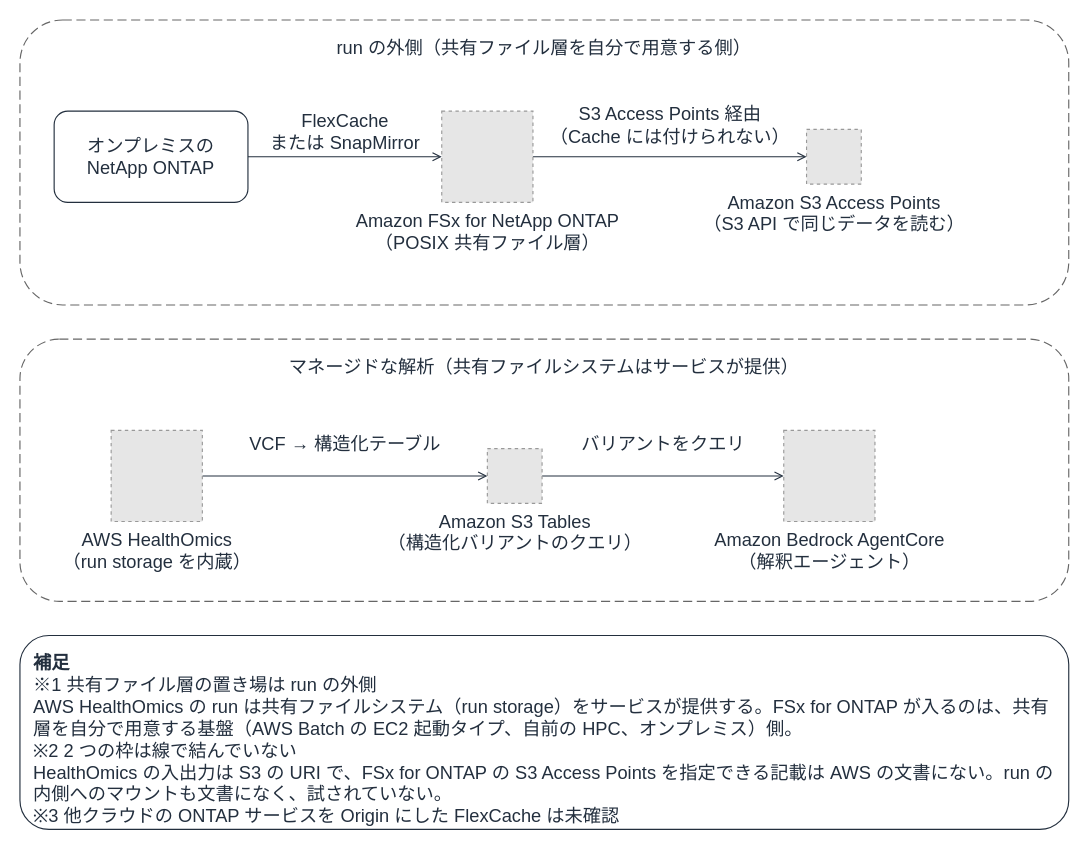
The draw.io diagram docs/_assets/diagrams/genomics-hpc-data-layers.drawio in Yoshiki0705/FSx-for-ONTAP-Adoption-Playbook, before the edit. Source tidied: cells renumbered, new cells numbered last; positions are measured from the earlier drawing's top-left corner, leaving out a move shared by most shapes. Both pictures are drawn from the tidied source at 114%, with x=0, y=0 at pixel (19, 19). Pictures stored in the file or linked from it are replaced by grey dashed boxes.
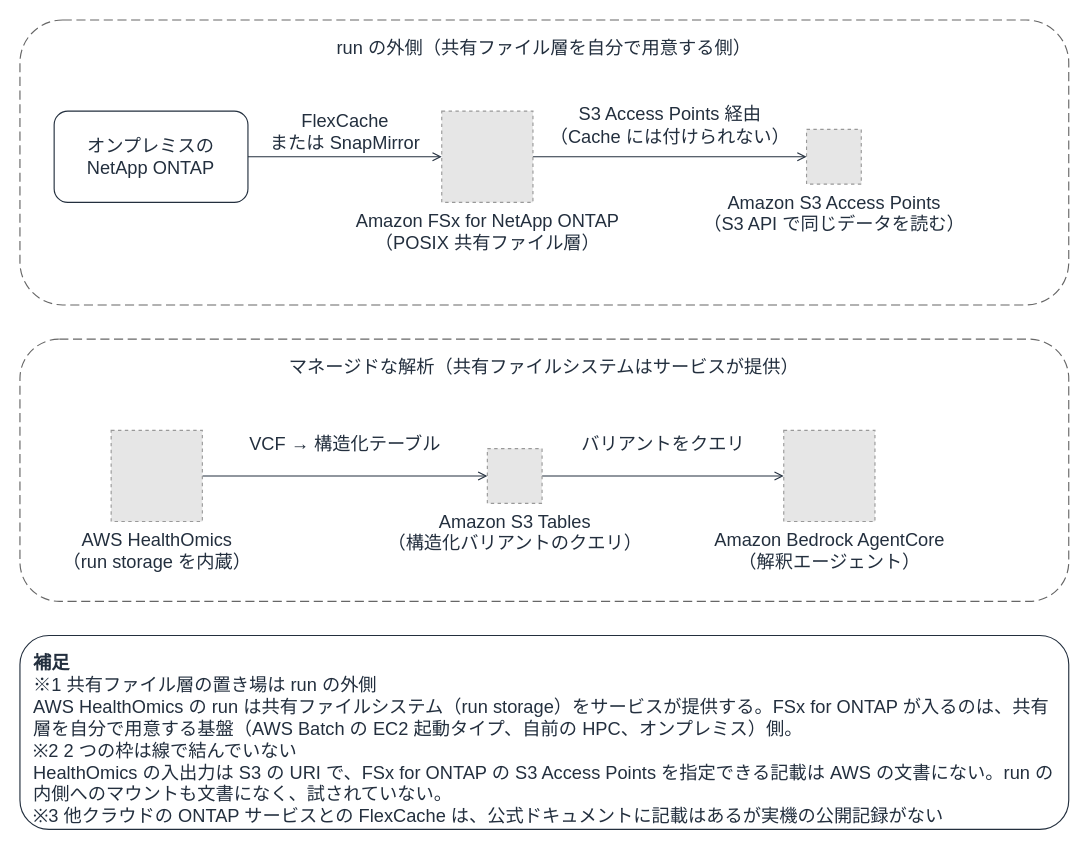
After the change.

What changed in the source:
```diff
@@
 <mxGraphModel background="#FFFFFF">
   <root>
     <mxCell id="0" />
     <mxCell id="1" parent="0" />
     <mxCell id="2" value="FlexCache&lt;br&gt;または SnapMirror" style="edgeStyle=orthogonalEdgeStyle;rounded=0;html=1;endArrow=open;endFill=0;strokeColor=#232F3E;strokeWidth=1;fontSize=16;fontColor=#232F3E;labelBackgroundColor=#FFFFFF;exitX=1.0;exitY=0.5;exitDx=0;exitDy=0;entryX=0.0;entryY=0.5;entryDx=0;entryDy=0;" parent="1" edge="1" source="8" target="10">
       <mxGeometry relative="1" as="geometry">
         <mxPoint y="-22" as="offset" />
       </mxGeometry>
     </mxCell>
     <mxCell id="3" value="S3 Access Points 経由&lt;br&gt;（Cache には付けられない）" style="edgeStyle=orthogonalEdgeStyle;rounded=0;html=1;endArrow=open;endFill=0;strokeColor=#232F3E;strokeWidth=1;fontSize=16;fontColor=#232F3E;labelBackgroundColor=#FFFFFF;exitX=1.0;exitY=0.5;exitDx=0;exitDy=0;entryX=0.0;entryY=0.5;entryDx=0;entryDy=0;" parent="1" edge="1" source="10" target="11">
       <mxGeometry relative="1" as="geometry">
         <mxPoint y="-28" as="offset" />
       </mxGeometry>
     </mxCell>
     <mxCell id="4" value="VCF → 構造化テーブル" style="edgeStyle=orthogonalEdgeStyle;rounded=0;html=1;endArrow=open;endFill=0;strokeColor=#232F3E;strokeWidth=1;fontSize=16;fontColor=#232F3E;labelBackgroundColor=#FFFFFF;exitX=1.0;exitY=0.5;exitDx=0;exitDy=0;entryX=0.0;entryY=0.5;entryDx=0;entryDy=0;" parent="1" edge="1" source="12" target="13">
       <mxGeometry relative="1" as="geometry">
         <mxPoint y="-28" as="offset" />
       </mxGeometry>
     </mxCell>
     <mxCell id="5" value="バリアントをクエリ" style="edgeStyle=orthogonalEdgeStyle;rounded=0;html=1;endArrow=open;endFill=0;strokeColor=#232F3E;strokeWidth=1;fontSize=16;fontColor=#232F3E;labelBackgroundColor=#FFFFFF;exitX=1.0;exitY=0.5;exitDx=0;exitDy=0;entryX=0.0;entryY=0.5;entryDx=0;entryDy=0;" parent="1" edge="1" source="13" target="14">
       <mxGeometry relative="1" as="geometry">
         <mxPoint y="-28" as="offset" />
       </mxGeometry>
     </mxCell>
     <mxCell id="6" value="run の外側（共有ファイル層を自分で用意する側）" style="rounded=1;whiteSpace=wrap;html=1;dashed=1;dashPattern=8 4;strokeColor=#666666;fillColor=none;fontColor=#232F3E;fontSize=16;verticalAlign=top;align=center;spacingTop=8;" parent="1" vertex="1">
       <mxGeometry width="920" height="250" as="geometry" />
     </mxCell>
     <mxCell id="7" value="マネージドな解析（共有ファイルシステムはサービスが提供）" style="rounded=1;whiteSpace=wrap;html=1;dashed=1;dashPattern=8 4;strokeColor=#666666;fillColor=none;fontColor=#232F3E;fontSize=16;verticalAlign=top;align=center;spacingTop=8;" parent="1" vertex="1">
       <mxGeometry y="280" width="920" height="230" as="geometry" />
     </mxCell>
     <mxCell id="8" value="オンプレミスの&lt;br&gt;NetApp ONTAP" style="rounded=1;whiteSpace=wrap;html=1;strokeColor=#232F3E;fillColor=none;fontColor=#232F3E;fontSize=16;verticalAlign=middle;align=center;" parent="1" vertex="1">
       <mxGeometry x="30" y="80" width="170" height="80" as="geometry" />
     </mxCell>
-    <mxCell id="9" value="&lt;b&gt;補足&lt;/b&gt;&lt;br&gt;※1 共有ファイル層の置き場は run の外側&lt;br&gt;AWS HealthOmics の run は共有ファイルシステム（run storage）をサービスが提供する。FSx for ONTAP が入るのは、共有層を自分で用意する基盤（AWS Batch の EC2 起動タイプ、自前の HPC、オンプレミス）側。&lt;br&gt;※2 2 つの枠は線で結んでいない&lt;br&gt;HealthOmics の入出力は S3 の URI で、FSx for ONTAP の S3 Access Points を指定できる記載は AWS の文書にない。run の内側へのマウントも文書になく、試されていない。&lt;br&gt;※3 他クラウドの ONTAP サービスを Origin にした FlexCache は未確認" style="rounded=1;whiteSpace=wrap;html=1;strokeColor=#232F3E;fillColor=none;fontColor=#232F3E;fontSize=16;verticalAlign=top;align=left;spacingLeft=10;spacingRight=10;spacingTop=8;" parent="1" vertex="1">
+    <mxCell id="9" value="&lt;b&gt;補足&lt;/b&gt;&lt;br&gt;※1 共有ファイル層の置き場は run の外側&lt;br&gt;AWS HealthOmics の run は共有ファイルシステム（run storage）をサービスが提供する。FSx for ONTAP が入るのは、共有層を自分で用意する基盤（AWS Batch の EC2 起動タイプ、自前の HPC、オンプレミス）側。&lt;br&gt;※2 2 つの枠は線で結んでいない&lt;br&gt;HealthOmics の入出力は S3 の URI で、FSx for ONTAP の S3 Access Points を指定できる記載は AWS の文書にない。run の内側へのマウントも文書になく、試されていない。&lt;br&gt;※3 他クラウドの ONTAP サービスとの FlexCache は、公式ドキュメントに記載はあるが実機の公開記録がない" style="rounded=1;whiteSpace=wrap;html=1;strokeColor=#232F3E;fillColor=none;fontColor=#232F3E;fontSize=16;verticalAlign=top;align=left;spacingLeft=10;spacingRight=10;spacingTop=8;" parent="1" vertex="1">
       <mxGeometry y="540" width="920" height="170" as="geometry" />
     </mxCell>
     <mxCell id="10" value="Amazon FSx for NetApp ONTAP&lt;br&gt;（POSIX 共有ファイル層）" style="fillColor=#E6E6E6;strokeColor=#999999;dashed=1;html=1;verticalLabelPosition=bottom;verticalAlign=top;labelPosition=center;align=center;fontSize=16;fontColor=#232F3E;" parent="1" vertex="1">
       <mxGeometry x="370" y="80" width="80" height="80" as="geometry" />
     </mxCell>
     <mxCell id="11" value="Amazon S3 Access Points&lt;br&gt;（S3 API で同じデータを読む）" style="fillColor=#E6E6E6;strokeColor=#999999;dashed=1;html=1;verticalLabelPosition=bottom;verticalAlign=top;labelPosition=center;align=center;fontSize=16;fontColor=#232F3E;" parent="1" vertex="1">
       <mxGeometry x="690" y="96" width="48" height="48" as="geometry" />
     </mxCell>
     <mxCell id="12" value="AWS HealthOmics&lt;br&gt;（run storage を内蔵）" style="fillColor=#E6E6E6;strokeColor=#999999;dashed=1;html=1;verticalLabelPosition=bottom;verticalAlign=top;labelPosition=center;align=center;fontSize=16;fontColor=#232F3E;" parent="1" vertex="1">
       <mxGeometry x="80" y="360" width="80" height="80" as="geometry" />
     </mxCell>
     <mxCell id="13" value="Amazon S3 Tables&lt;br&gt;（構造化バリアントのクエリ）" style="fillColor=#E6E6E6;strokeColor=#999999;dashed=1;html=1;verticalLabelPosition=bottom;verticalAlign=top;labelPosition=center;align=center;fontSize=16;fontColor=#232F3E;" parent="1" vertex="1">
       <mxGeometry x="410" y="376" width="48" height="48" as="geometry" />
     </mxCell>
     <mxCell id="14" value="Amazon Bedrock AgentCore&lt;br&gt;（解釈エージェント）" style="fillColor=#E6E6E6;strokeColor=#999999;dashed=1;html=1;verticalLabelPosition=bottom;verticalAlign=top;labelPosition=center;align=center;fontSize=16;fontColor=#232F3E;" parent="1" vertex="1">
       <mxGeometry x="670" y="360" width="80" height="80" as="geometry" />
     </mxCell>
   </root>
 </mxGraphModel>
```
